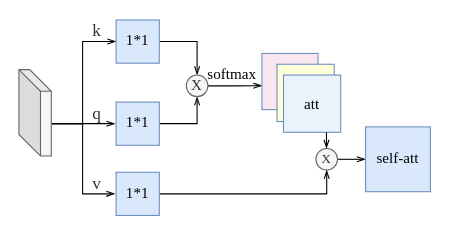
Hymhh/hymhh keeps this draw.io diagram as sa.drawio. Above is the earlier version. Source tidied: cells renumbered, new cells numbered last; positions are measured from the earlier drawing's top-left corner, leaving out a move shared by most shapes. Both pictures are drawn from the tidied source at 108%, with x=0, y=0 at pixel (18, 18).
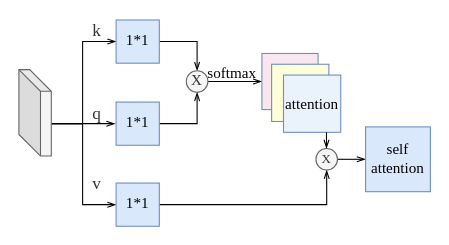
The same diagram, later.

The change refers to these unchanged cells:
```xml
<mxCell id="9" style="whiteSpace=wrap;html=1;fillColor=#F8E7EE;strokeColor=#6c8ebf;" parent="1" vertex="1">
  <mxGeometry x="225" y="32" width="52" height="52" as="geometry" />
</mxCell>
```

Diff of the diagram source:
```diff
@@
-    <mxCell id="6" style="edgeStyle=orthogonalEdgeStyle;rounded=0;jettySize=auto;html=1;exitX=1;exitY=0.5;exitDx=0;exitDy=0;endArrow=openThin;endFill=0;strokeWidth=1;entryX=0.003;entryY=0.573;entryDx=0;entryDy=0;entryPerimeter=0;" parent="1" edge="1" source="7" target="9">
+    <mxCell id="6" style="edgeStyle=orthogonalEdgeStyle;rounded=0;jettySize=auto;html=1;exitX=1;exitY=0.5;exitDx=0;exitDy=0;endArrow=openThin;endFill=0;strokeWidth=1;entryX=0;entryY=0.5;entryDx=0;entryDy=0;" parent="1" edge="1" source="7" target="9">
       <mxGeometry relative="1" as="geometry" />
     </mxCell>
     <mxCell id="7" value="&lt;font style=&quot;font-size: 14px&quot; face=&quot;Times New Roman&quot;&gt;X&lt;/font&gt;" style="ellipse;whiteSpace=wrap;html=1;fillColor=#f5f5f5;strokeColor=#666666;fontColor=#333333;" parent="1" vertex="1">
-      <mxGeometry x="155" y="52" width="20" height="20" as="geometry" />
+      <mxGeometry x="155" y="48" width="20" height="20" as="geometry" />
     </mxCell>
     <mxCell id="8" value="&lt;font face=&quot;Times New Roman&quot; style=&quot;font-size: 14px&quot;&gt;softmax&lt;/font&gt;" style="text;html=1;align=center;verticalAlign=middle;fillColor=none;strokeColor=none;rounded=0;" parent="1" vertex="1">
-      <mxGeometry x="169" y="43" width="56" height="17" as="geometry" />
+      <mxGeometry x="169" y="42" width="56" height="17" as="geometry" />
     </mxCell>
@@
-    <mxCell id="12" value="&lt;font face=&quot;Times New Roman&quot; style=&quot;font-size: 14px&quot;&gt;self-att&lt;/font&gt;" style="whiteSpace=wrap;html=1;fillColor=#dae8fc;strokeColor=#6c8ebf;" parent="1" vertex="1">
+    <mxCell id="12" value="&lt;font face=&quot;Times New Roman&quot; style=&quot;font-size: 14px&quot;&gt;self&lt;br&gt;attention&lt;/font&gt;" style="whiteSpace=wrap;html=1;fillColor=#dae8fc;strokeColor=#6c8ebf;" parent="1" vertex="1">
       <mxGeometry x="321" y="100" width="60" height="60" as="geometry" />
     </mxCell>
@@
-    <mxCell id="15" style="edgeStyle=orthogonalEdgeStyle;rounded=0;orthogonalLoop=1;jettySize=auto;html=1;exitX=0;exitY=0;exitDx=30;exitDy=50;exitPerimeter=0;entryX=0;entryY=0.5;entryDx=0;entryDy=0;endArrow=openThin;endFill=0;strokeWidth=1;" parent="1" edge="1">
+    <mxCell id="15" style="edgeStyle=orthogonalEdgeStyle;rounded=0;jettySize=auto;html=1;exitX=0;exitY=0;exitDx=30;exitDy=50;exitPerimeter=0;entryX=0;entryY=0.5;entryDx=0;entryDy=0;endArrow=openThin;endFill=0;strokeWidth=1;" parent="1" edge="1" target="24">
       <mxGeometry relative="1" as="geometry">
         <mxPoint x="29" y="97" as="sourcePoint" />
-        <mxPoint x="89" y="162" as="targetPoint" />
         <Array as="points">
           <mxPoint x="59" y="97" />
-          <mxPoint x="59" y="162" />
+          <mxPoint x="59" y="172" />
         </Array>
       </mxGeometry>
     </mxCell>
@@
     <mxCell id="17" style="whiteSpace=wrap;html=1;fillColor=#FEFFD9;strokeColor=#6c8ebf;" parent="1" vertex="1">
-      <mxGeometry x="239" y="42" width="53" height="53" as="geometry" />
+      <mxGeometry x="234" y="42" width="53" height="53" as="geometry" />
     </mxCell>
-    <mxCell id="18" value="&lt;span style=&quot;font-size: 14px&quot;&gt;&lt;font face=&quot;Times New Roman&quot; style=&quot;font-size: 14px&quot;&gt;att&lt;/font&gt;&lt;/span&gt;" style="whiteSpace=wrap;html=1;fillColor=#EAF3FC;strokeColor=#6c8ebf;" parent="1" vertex="1">
+    <mxCell id="18" value="&lt;span style=&quot;font-size: 14px&quot;&gt;&lt;font face=&quot;Times New Roman&quot; style=&quot;font-size: 14px&quot;&gt;attention&lt;/font&gt;&lt;/span&gt;" style="whiteSpace=wrap;html=1;fillColor=#EAF3FC;strokeColor=#6c8ebf;" parent="1" vertex="1">
       <mxGeometry x="245" y="52" width="53" height="53" as="geometry" />
     </mxCell>
@@
     <mxCell id="24" value="&lt;font style=&quot;font-size: 14px&quot; face=&quot;Times New Roman&quot;&gt;1*1&lt;/font&gt;" style="whiteSpace=wrap;html=1;fillColor=#dae8fc;strokeColor=#6c8ebf;" parent="1" vertex="1">
-      <mxGeometry x="90" y="142" width="40" height="40" as="geometry" />
+      <mxGeometry x="90" y="152" width="40" height="40" as="geometry" />
     </mxCell>
```
